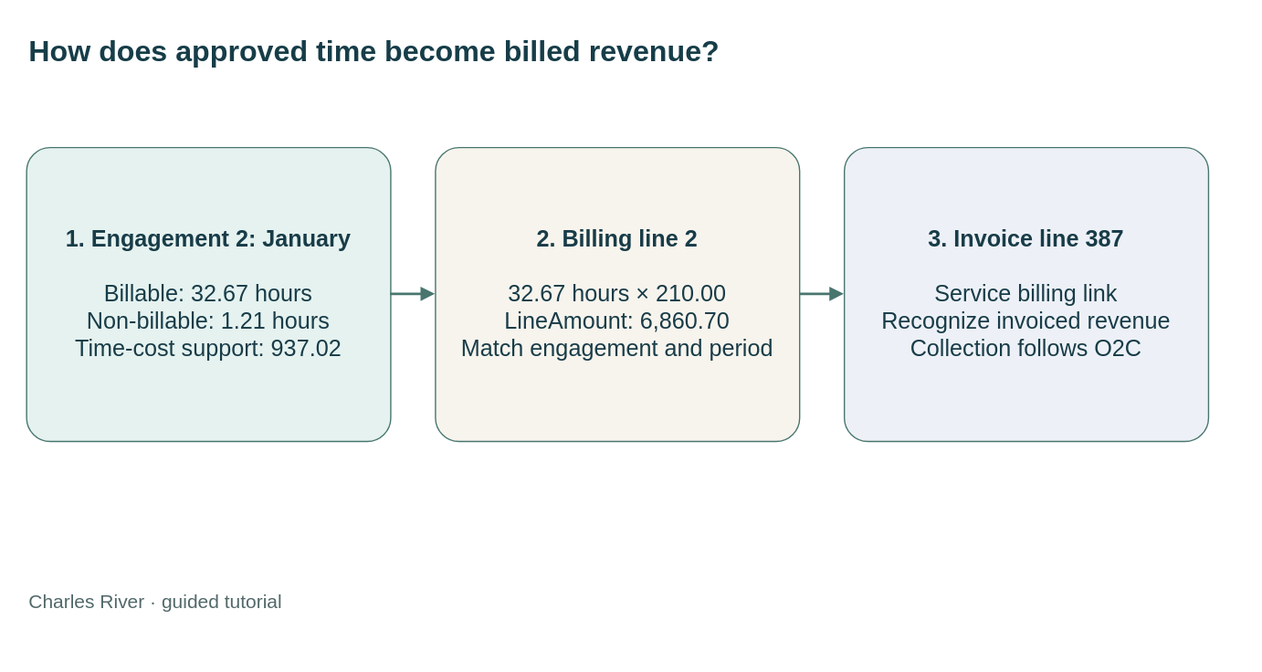
Earlier version of the draw.io export static/diagrams/tutorials/follow-design-time-into-billing.svg (mmcodesso/CharlesRiver_Database). Source tidied: cells renumbered, new cells last; positions are measured from the earlier drawing's top-left corner, leaving out a move shared by most shapes.
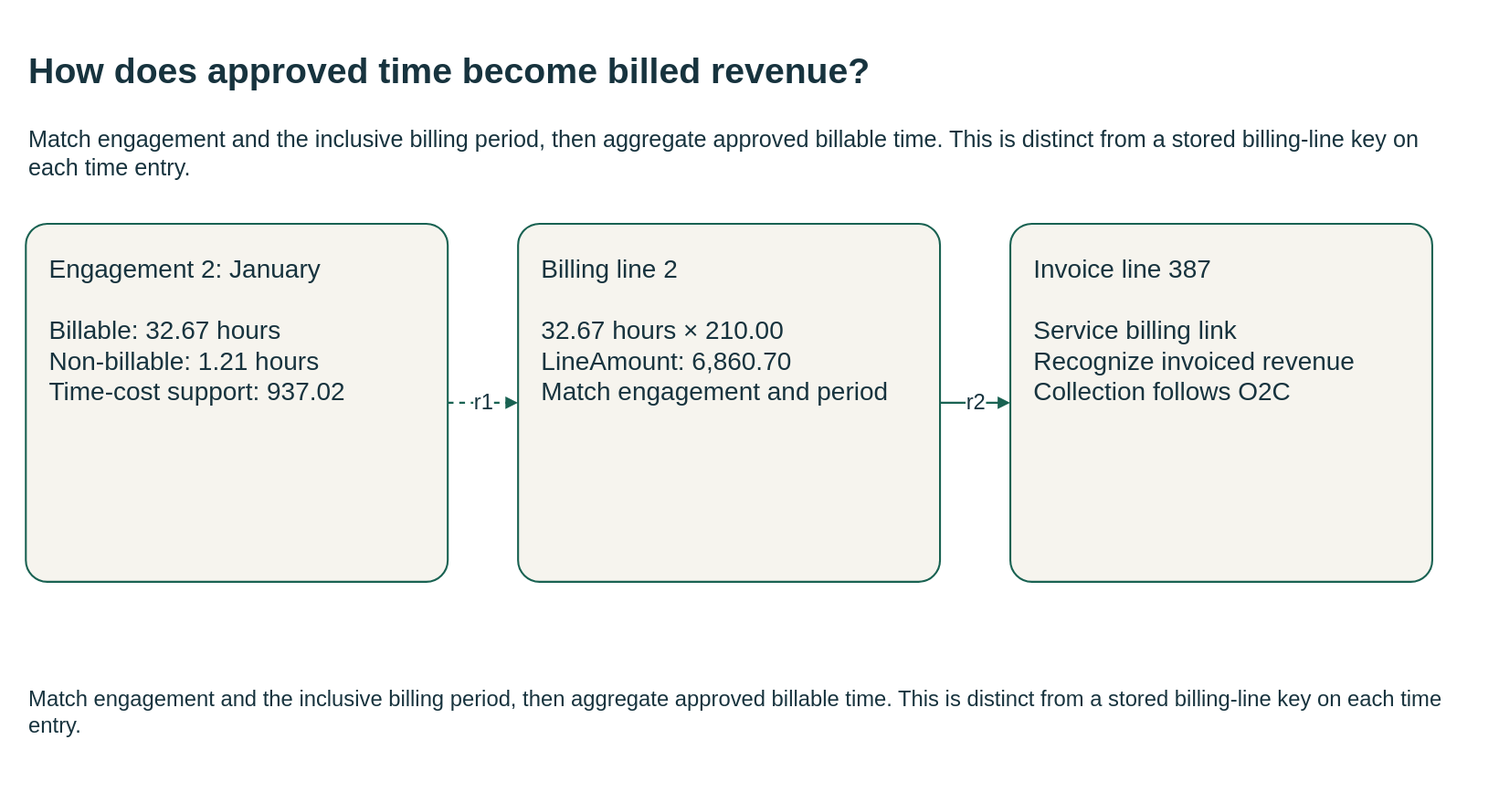
After the change.

Change to the diagram source:
```diff
@@ -1,27 +1,30 @@
-<mxGraphModel>
+<mxGraphModel background="#FFFFFF">
   <root>
     <mxCell id="0" />
     <mxCell id="1" parent="0" />
-    <mxCell id="2" value="How does approved time become billed revenue?" style="text;html=0;whiteSpace=wrap;fontSize=23;fontStyle=1;fontColor=#163d48;align=left;" parent="1" vertex="1">
-      <mxGeometry width="920" height="60" as="geometry" />
+    <mxCell id="2" value="How does approved time become billed revenue?" style="html=0;fontFamily=Arial;fontSize=20;fontColor=#17333e;strokeColor=#196252;strokeWidth=1.5;whiteSpace=wrap;text;strokeColor=none;fillColor=none;align=left;verticalAlign=middle;fontSize=28;fontStyle=1;" parent="1" vertex="1">
+      <mxGeometry width="1110" height="70" as="geometry" />
     </mxCell>
+    <mxCell id="9" value="Match engagement and the inclusive billing period, then aggregate approved billable time. This is distinct from a stored billing-line key on each time entry." style="html=0;fontFamily=Arial;fontSize=20;fontColor=#17333e;strokeColor=#196252;strokeWidth=1.5;whiteSpace=wrap;text;strokeColor=none;fillColor=none;align=left;verticalAlign=middle;fontSize=18;fontStyle=0;" parent="1" vertex="1">
+      <mxGeometry y="72" width="1110" height="55" as="geometry" />
+    </mxCell>
-    <mxCell id="3" value="&lt;b&gt;1. Engagement 2: January&lt;/b&gt;&lt;br&gt;&lt;br&gt;Billable: 32.67 hours&lt;br&gt;Non-billable: 1.21 hours&lt;br&gt;Time-cost support: 937.02" style="rounded=1;whiteSpace=wrap;html=1;fillColor=#e5f2ef;strokeColor=#48766e;fontColor=#183c48;fontSize=18;spacing=15;arcSize=8;" parent="1" vertex="1">
-      <mxGeometry y="95" width="285" height="230" as="geometry" />
+    <mxCell id="3" value="Engagement 2: January&#10;&#10;Billable: 32.67 hours&#10;Non-billable: 1.21 hours&#10;Time-cost support: 937.02" style="html=0;fontFamily=Arial;fontSize=20;fontColor=#17333e;strokeColor=#196252;strokeWidth=1.5;whiteSpace=wrap;rounded=1;arcSize=6;fillColor=#f6f4ee;align=left;verticalAlign=top;spacing=18;" parent="1" vertex="1">
+      <mxGeometry y="155" width="330" height="280" as="geometry" />
     </mxCell>
-    <mxCell id="4" value="&lt;b&gt;2. Billing line 2&lt;/b&gt;&lt;br&gt;&lt;br&gt;32.67 hours × 210.00&lt;br&gt;LineAmount: 6,860.70&lt;br&gt;Match engagement and period" style="rounded=1;whiteSpace=wrap;html=1;fillColor=#f7f4ed;strokeColor=#48766e;fontColor=#183c48;fontSize=18;spacing=15;arcSize=8;" parent="1" vertex="1">
-      <mxGeometry x="320" y="95" width="285" height="230" as="geometry" />
+    <mxCell id="4" value="Billing line 2&#10;&#10;32.67 hours × 210.00&#10;LineAmount: 6,860.70&#10;Match engagement and period" style="html=0;fontFamily=Arial;fontSize=20;fontColor=#17333e;strokeColor=#196252;strokeWidth=1.5;whiteSpace=wrap;rounded=1;arcSize=6;fillColor=#f6f4ee;align=left;verticalAlign=top;spacing=18;" parent="1" vertex="1">
+      <mxGeometry x="385" y="155" width="330" height="280" as="geometry" />
     </mxCell>
-    <mxCell id="5" value="&lt;b&gt;3. Invoice line 387&lt;/b&gt;&lt;br&gt;&lt;br&gt;Service billing link&lt;br&gt;Recognize invoiced revenue&lt;br&gt;Collection follows O2C" style="rounded=1;whiteSpace=wrap;html=1;fillColor=#edf1f7;strokeColor=#48766e;fontColor=#183c48;fontSize=18;spacing=15;arcSize=8;" parent="1" vertex="1">
-      <mxGeometry x="640" y="95" width="285" height="230" as="geometry" />
+    <mxCell id="5" value="Invoice line 387&#10;&#10;Service billing link&#10;Recognize invoiced revenue&#10;Collection follows O2C" style="html=0;fontFamily=Arial;fontSize=20;fontColor=#17333e;strokeColor=#196252;strokeWidth=1.5;whiteSpace=wrap;rounded=1;arcSize=6;fillColor=#f6f4ee;align=left;verticalAlign=top;spacing=18;" parent="1" vertex="1">
+      <mxGeometry x="770" y="155" width="330" height="280" as="geometry" />
     </mxCell>
-    <mxCell id="6" style="edgeStyle=orthogonalEdgeStyle;rounded=0;html=0;strokeColor=#48766e;strokeWidth=2;endArrow=block;endFill=1;exitX=1;exitY=0.5;entryX=0;entryY=0.5;" parent="1" edge="1" source="3" target="4">
+    <mxCell id="6" value="r1" style="html=0;fontFamily=Arial;fontSize=20;fontColor=#17333e;strokeColor=#196252;strokeWidth=1.5;whiteSpace=wrap;edgeStyle=orthogonalEdgeStyle;rounded=0;fillColor=none;fontSize=17;labelBackgroundColor=#FFFFFF;startArrow=none;endArrow=block;endFill=1;dashed=1;exitX=1;exitY=0.5;entryX=0;entryY=0.5;" parent="1" edge="1" source="3" target="4">
       <mxGeometry relative="1" as="geometry" />
     </mxCell>
-    <mxCell id="7" style="edgeStyle=orthogonalEdgeStyle;rounded=0;html=0;strokeColor=#48766e;strokeWidth=2;endArrow=block;endFill=1;exitX=1;exitY=0.5;entryX=0;entryY=0.5;" parent="1" edge="1" source="4" target="5">
+    <mxCell id="7" value="r2" style="html=0;fontFamily=Arial;fontSize=20;fontColor=#17333e;strokeColor=#196252;strokeWidth=1.5;whiteSpace=wrap;edgeStyle=orthogonalEdgeStyle;rounded=0;fillColor=none;fontSize=17;labelBackgroundColor=#FFFFFF;startArrow=none;endArrow=block;endFill=1;dashed=0;exitX=1;exitY=0.5;entryX=0;entryY=0.5;" parent="1" edge="1" source="4" target="5">
       <mxGeometry relative="1" as="geometry" />
     </mxCell>
-    <mxCell id="8" value="Charles River · guided tutorial" style="text;html=0;fontColor=#526869;fontSize=15;align=left;" parent="1" vertex="1">
-      <mxGeometry y="435" width="920" height="30" as="geometry" />
+    <mxCell id="8" value="Match engagement and the inclusive billing period, then aggregate approved billable time. This is distinct from a stored billing-line key on each time entry." style="html=0;fontFamily=Arial;fontSize=20;fontColor=#17333e;strokeColor=#196252;strokeWidth=1.5;whiteSpace=wrap;text;strokeColor=none;fillColor=none;align=left;verticalAlign=middle;fontSize=17;fontStyle=0;" parent="1" vertex="1">
+      <mxGeometry y="507" width="1110" height="60" as="geometry" />
     </mxCell>
   </root>
 </mxGraphModel>
```
